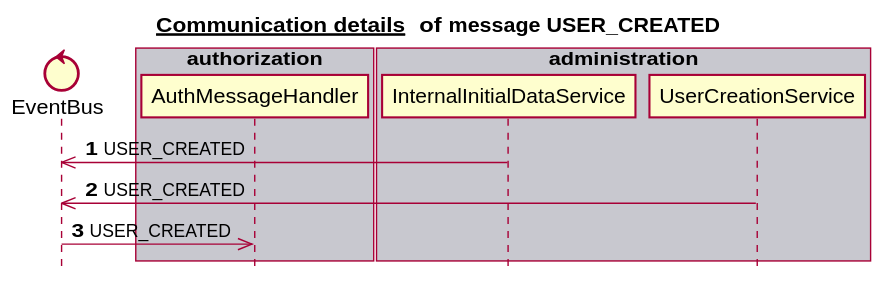
mercedes-benz/sechub keeps this PlantUML diagram as docs/latest/images/gen_domain_messaging_user_created.svg. Above is the earlier version.
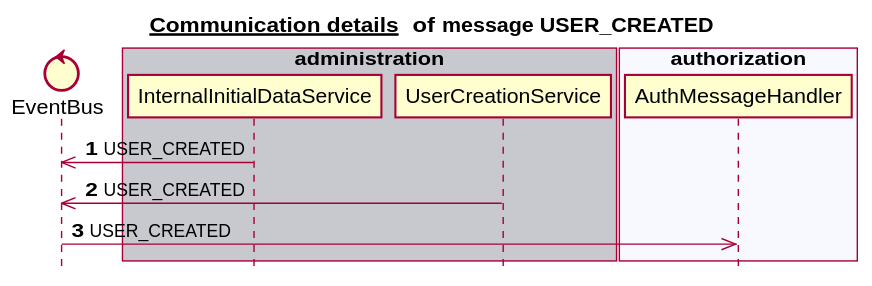
Later version of the same file.

Change to the diagram source:
```diff
@@ -10,14 +10,14 @@
 end box
 box "schedule" #F8F8FF
 end box
-box "authorization" #C8C8CF
-   participant AuthMessageHandler
-end box
-box "notification" #F8F8FF
-end box
 box "administration" #C8C8CF
    participant InternalInitialDataService
    participant UserCreationService
+end box
+box "authorization" #F8F8FF
+   participant AuthMessageHandler
+end box
+box "notification" #C8C8CF
 end box
 autonumber 1
 InternalInitialDataService ->> EventBus:USER_CREATED
```
